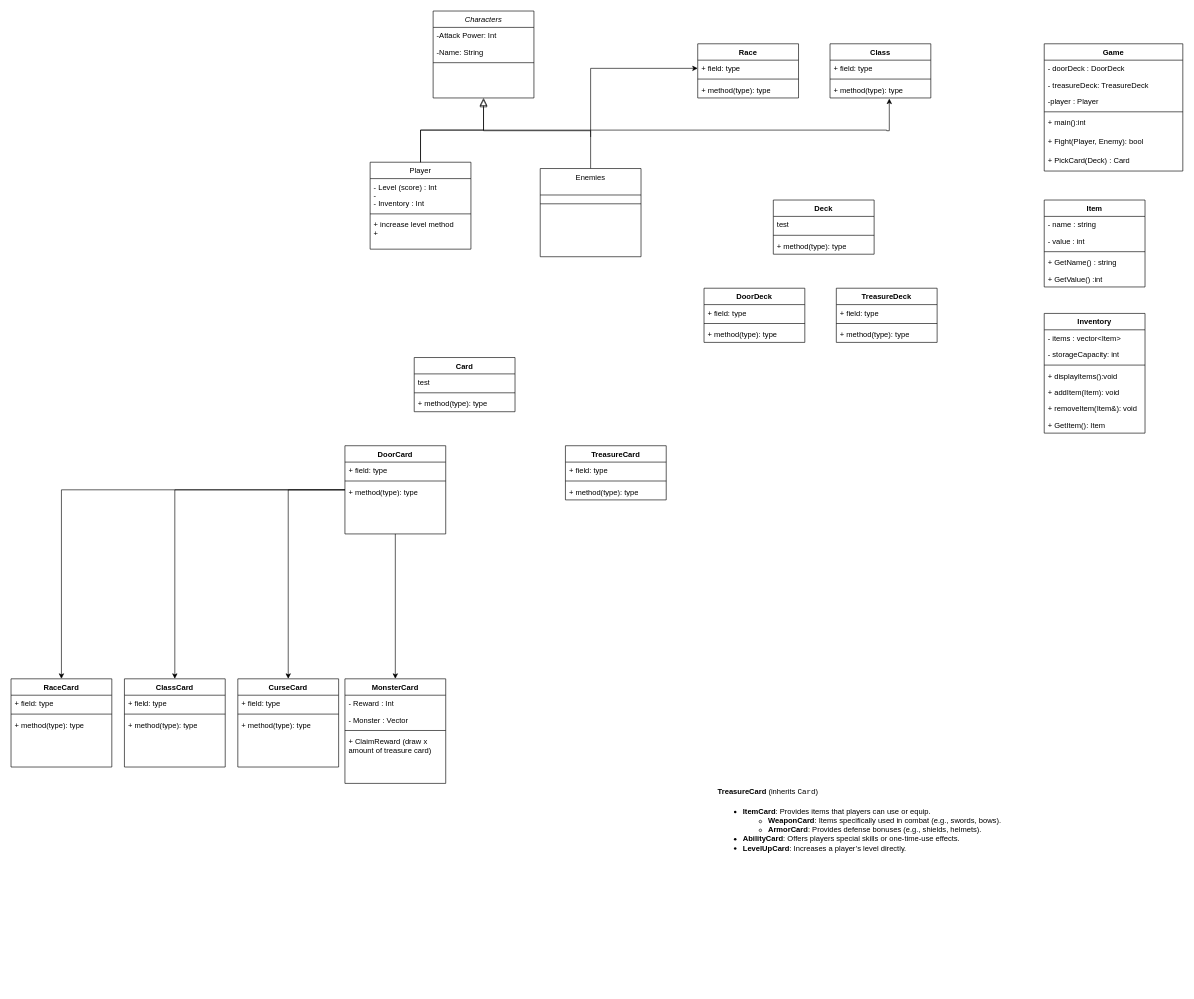
Earlier version of the draw.io diagram Namnlöst diagram.drawio (Rappich/SUVx24_Grupp3). Source tidied: cells renumbered, new cells numbered last; positions are measured from the earlier drawing's top-left corner, leaving out a move shared by most shapes. Both pictures are drawn from the tidied source at 63%, with x=0, y=0 at pixel (11, 11).
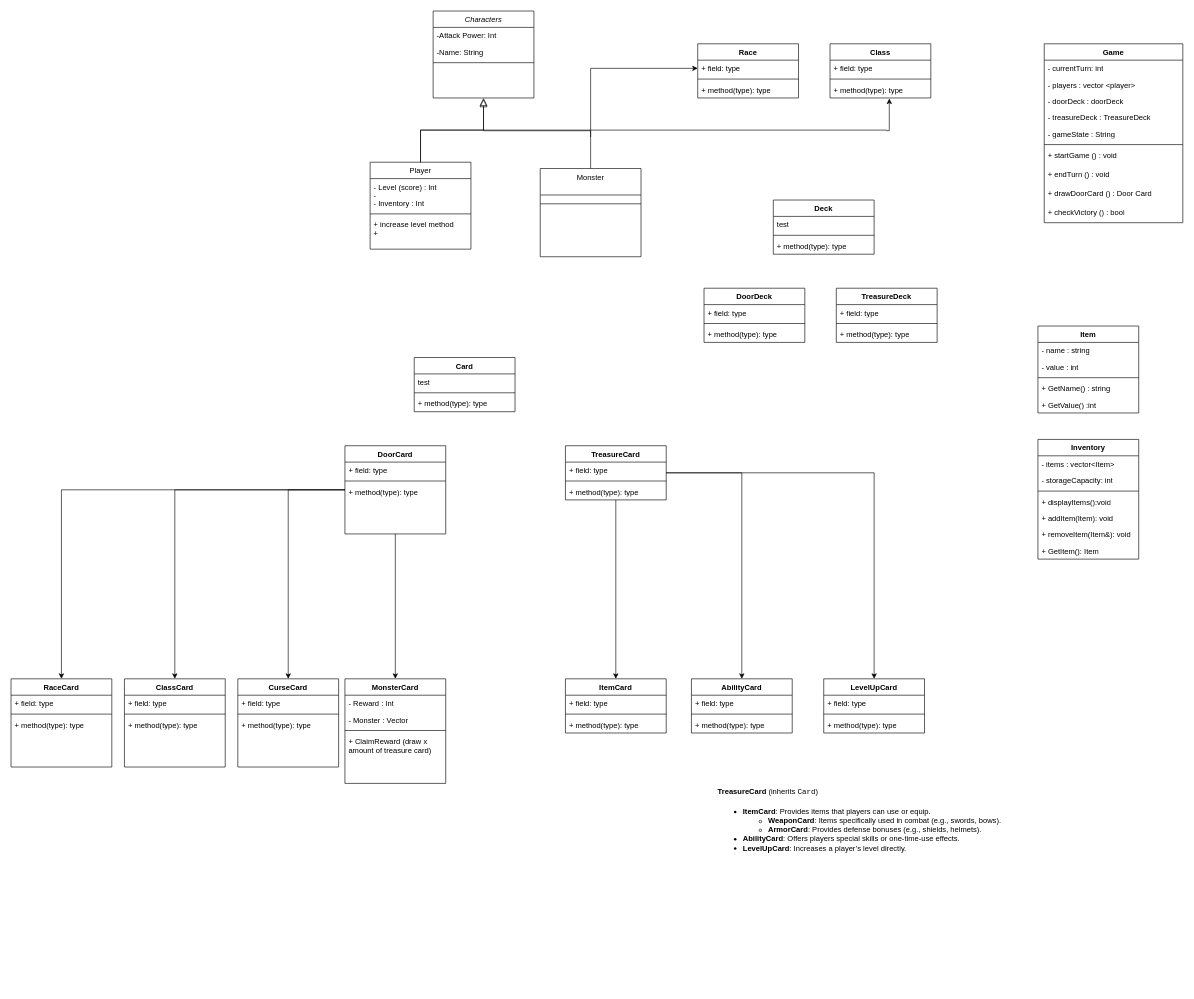
The same diagram, later.

The change refers to these unchanged cells:
```xml
<mxCell id="57" value="TreasureCard" style="swimlane;fontStyle=1;align=center;verticalAlign=top;horizontal=1;startSize=26;whiteSpace=wrap;html=1;" parent="1" vertex="1">
  <mxGeometry x="880" y="690" width="160" height="86" as="geometry" />
</mxCell>
```

Diff of the diagram source:
```diff
@@
-    <mxCell id="13" value="Enemies" style="swimlane;fontStyle=0;align=center;verticalAlign=top;horizontal=1;startSize=42;rounded=0;shadow=0;strokeWidth=1;" parent="1" vertex="1">
+    <mxCell id="13" value="Monster" style="swimlane;fontStyle=0;align=center;verticalAlign=top;horizontal=1;startSize=42;rounded=0;shadow=0;strokeWidth=1;" parent="1" vertex="1">
       <mxGeometry x="840" y="250" width="160" height="140" as="geometry" />
     </mxCell>
@@
     <mxCell id="37" value="Game" style="swimlane;fontStyle=1;align=center;verticalAlign=top;horizontal=1;startSize=26;whiteSpace=wrap;html=1;" parent="1" vertex="1">
-      <mxGeometry x="1640" y="52" width="220" height="202" as="geometry" />
+      <mxGeometry x="1640" y="52" width="220" height="284" as="geometry" />
     </mxCell>
-    <mxCell id="38" value="- doorDeck : DoorDeck" style="text;strokeColor=none;fillColor=none;align=left;verticalAlign=top;spacingLeft=4;spacingRight=4;overflow=hidden;whiteSpace=wrap;html=1;" parent="37" vertex="1">
+    <mxCell id="38" value="- currentTurn: int" style="text;strokeColor=none;fillColor=none;align=left;verticalAlign=top;spacingLeft=4;spacingRight=4;overflow=hidden;whiteSpace=wrap;html=1;" parent="37" vertex="1">
       <mxGeometry y="26" width="220" height="26" as="geometry" />
     </mxCell>
+    <mxCell id="93" value="- players : vector &amp;lt;player&amp;gt;" style="text;strokeColor=none;fillColor=none;align=left;verticalAlign=top;spacingLeft=4;spacingRight=4;overflow=hidden;whiteSpace=wrap;html=1;" parent="37" vertex="1">
+      <mxGeometry y="52" width="220" height="26" as="geometry" />
+    </mxCell>
-    <mxCell id="39" value="- treasureDeck: TreasureDeck" style="text;strokeColor=none;fillColor=none;align=left;verticalAlign=top;spacingLeft=4;spacingRight=4;overflow=hidden;whiteSpace=wrap;html=1;" parent="37" vertex="1">
-      <mxGeometry y="52" width="220" height="26" as="geometry" />
+    <mxCell id="39" value="- doorDeck : doorDeck" style="text;strokeColor=none;fillColor=none;align=left;verticalAlign=top;spacingLeft=4;spacingRight=4;overflow=hidden;whiteSpace=wrap;html=1;" parent="37" vertex="1">
+      <mxGeometry y="78" width="220" height="26" as="geometry" />
     </mxCell>
-    <mxCell id="40" value="-player : Player" style="text;strokeColor=none;fillColor=none;align=left;verticalAlign=top;spacingLeft=4;spacingRight=4;overflow=hidden;whiteSpace=wrap;html=1;" parent="37" vertex="1">
-      <mxGeometry y="78" width="220" height="26" as="geometry" />
+    <mxCell id="40" value="- treasureDeck : TreasureDeck" style="text;strokeColor=none;fillColor=none;align=left;verticalAlign=top;spacingLeft=4;spacingRight=4;overflow=hidden;whiteSpace=wrap;html=1;" parent="37" vertex="1">
+      <mxGeometry y="104" width="220" height="26" as="geometry" />
     </mxCell>
+    <mxCell id="94" value="- gameState : String" style="text;strokeColor=none;fillColor=none;align=left;verticalAlign=top;spacingLeft=4;spacingRight=4;overflow=hidden;whiteSpace=wrap;html=1;" parent="37" vertex="1">
+      <mxGeometry y="130" width="220" height="26" as="geometry" />
+    </mxCell>
     <mxCell id="41" style="line;strokeWidth=1;fillColor=none;align=left;verticalAlign=middle;spacingTop=-1;spacingLeft=3;spacingRight=3;labelPosition=right;strokeColor=inherit;" parent="37" vertex="1">
-      <mxGeometry y="104" width="220" height="8" as="geometry" />
+      <mxGeometry y="156" width="220" height="8" as="geometry" />
     </mxCell>
-    <mxCell id="42" value="&lt;div&gt;+ main():int&lt;/div&gt;&lt;div&gt;&lt;br&gt;&lt;/div&gt;" style="text;strokeColor=none;fillColor=none;align=left;verticalAlign=top;spacingLeft=4;spacingRight=4;overflow=hidden;whiteSpace=wrap;html=1;" parent="37" vertex="1">
-      <mxGeometry y="112" width="220" height="30" as="geometry" />
+    <mxCell id="42" value="&lt;div&gt;+ startGame () : void&lt;/div&gt;" style="text;strokeColor=none;fillColor=none;align=left;verticalAlign=top;spacingLeft=4;spacingRight=4;overflow=hidden;whiteSpace=wrap;html=1;" parent="37" vertex="1">
+      <mxGeometry y="164" width="220" height="30" as="geometry" />
     </mxCell>
-    <mxCell id="43" value="+ Fight(Player, Enemy): bool" style="text;strokeColor=none;fillColor=none;align=left;verticalAlign=top;spacingLeft=4;spacingRight=4;overflow=hidden;whiteSpace=wrap;html=1;" parent="37" vertex="1">
-      <mxGeometry y="142" width="220" height="30" as="geometry" />
+    <mxCell id="43" value="+ endTurn () : void" style="text;strokeColor=none;fillColor=none;align=left;verticalAlign=top;spacingLeft=4;spacingRight=4;overflow=hidden;whiteSpace=wrap;html=1;" parent="37" vertex="1">
+      <mxGeometry y="194" width="220" height="30" as="geometry" />
     </mxCell>
-    <mxCell id="44" value="+ PickCard(Deck) : Card" style="text;strokeColor=none;fillColor=none;align=left;verticalAlign=top;spacingLeft=4;spacingRight=4;overflow=hidden;whiteSpace=wrap;html=1;" parent="37" vertex="1">
-      <mxGeometry y="172" width="220" height="30" as="geometry" />
+    <mxCell id="44" value="+ drawDoorCard () : Door Card" style="text;strokeColor=none;fillColor=none;align=left;verticalAlign=top;spacingLeft=4;spacingRight=4;overflow=hidden;whiteSpace=wrap;html=1;" parent="37" vertex="1">
+      <mxGeometry y="224" width="220" height="30" as="geometry" />
     </mxCell>
+    <mxCell id="95" value="+ checkVictory () : bool" style="text;strokeColor=none;fillColor=none;align=left;verticalAlign=top;spacingLeft=4;spacingRight=4;overflow=hidden;whiteSpace=wrap;html=1;" parent="37" vertex="1">
+      <mxGeometry y="254" width="220" height="30" as="geometry" />
+    </mxCell>
@@
+    <mxCell id="96" style="edgeStyle=orthogonalEdgeStyle;rounded=0;jettySize=auto;html=1;" parent="1" edge="1" source="57" target="99">
+      <mxGeometry relative="1" as="geometry" />
+    </mxCell>
+    <mxCell id="97" style="edgeStyle=orthogonalEdgeStyle;rounded=0;jettySize=auto;html=1;" parent="1" edge="1" source="57" target="103">
+      <mxGeometry relative="1" as="geometry" />
+    </mxCell>
+    <mxCell id="98" style="edgeStyle=orthogonalEdgeStyle;rounded=0;jettySize=auto;html=1;" parent="1" edge="1" source="57" target="107">
+      <mxGeometry relative="1" as="geometry" />
+    </mxCell>
@@
     <mxCell id="62" value="Item" style="swimlane;fontStyle=1;align=center;verticalAlign=top;horizontal=1;startSize=26;whiteSpace=wrap;html=1;" parent="1" vertex="1">
-      <mxGeometry x="1640" y="300" width="160" height="138" as="geometry" />
+      <mxGeometry x="1630" y="500" width="160" height="138" as="geometry" />
     </mxCell>
@@
     <mxCell id="68" value="Inventory" style="swimlane;fontStyle=1;align=center;verticalAlign=top;horizontal=1;startSize=26;whiteSpace=wrap;html=1;" parent="1" vertex="1">
-      <mxGeometry x="1640" y="480" width="160" height="190" as="geometry" />
+      <mxGeometry x="1630" y="680" width="160" height="190" as="geometry" />
     </mxCell>
@@
+    <mxCell id="99" value="ItemCard" style="swimlane;fontStyle=1;align=center;verticalAlign=top;horizontal=1;startSize=26;whiteSpace=wrap;html=1;" parent="1" vertex="1">
+      <mxGeometry x="880" y="1060" width="160" height="86" as="geometry" />
+    </mxCell>
+    <mxCell id="100" value="+ field: type" style="text;strokeColor=none;fillColor=none;align=left;verticalAlign=top;spacingLeft=4;spacingRight=4;overflow=hidden;whiteSpace=wrap;html=1;" parent="99" vertex="1">
+      <mxGeometry y="26" width="160" height="26" as="geometry" />
+    </mxCell>
+    <mxCell id="101" style="line;strokeWidth=1;fillColor=none;align=left;verticalAlign=middle;spacingTop=-1;spacingLeft=3;spacingRight=3;labelPosition=right;strokeColor=inherit;" parent="99" vertex="1">
+      <mxGeometry y="52" width="160" height="8" as="geometry" />
+    </mxCell>
+    <mxCell id="102" value="+ method(type): type" style="text;strokeColor=none;fillColor=none;align=left;verticalAlign=top;spacingLeft=4;spacingRight=4;overflow=hidden;whiteSpace=wrap;html=1;" parent="99" vertex="1">
+      <mxGeometry y="60" width="160" height="26" as="geometry" />
+    </mxCell>
+    <mxCell id="103" value="AbilityCard" style="swimlane;fontStyle=1;align=center;verticalAlign=top;horizontal=1;startSize=26;whiteSpace=wrap;html=1;" parent="1" vertex="1">
+      <mxGeometry x="1080" y="1060" width="160" height="86" as="geometry" />
+    </mxCell>
+    <mxCell id="104" value="+ field: type" style="text;strokeColor=none;fillColor=none;align=left;verticalAlign=top;spacingLeft=4;spacingRight=4;overflow=hidden;whiteSpace=wrap;html=1;" parent="103" vertex="1">
+      <mxGeometry y="26" width="160" height="26" as="geometry" />
+    </mxCell>
+    <mxCell id="105" style="line;strokeWidth=1;fillColor=none;align=left;verticalAlign=middle;spacingTop=-1;spacingLeft=3;spacingRight=3;labelPosition=right;strokeColor=inherit;" parent="103" vertex="1">
+      <mxGeometry y="52" width="160" height="8" as="geometry" />
+    </mxCell>
+    <mxCell id="106" value="+ method(type): type" style="text;strokeColor=none;fillColor=none;align=left;verticalAlign=top;spacingLeft=4;spacingRight=4;overflow=hidden;whiteSpace=wrap;html=1;" parent="103" vertex="1">
+      <mxGeometry y="60" width="160" height="26" as="geometry" />
+    </mxCell>
+    <mxCell id="107" value="LevelUpCard" style="swimlane;fontStyle=1;align=center;verticalAlign=top;horizontal=1;startSize=26;whiteSpace=wrap;html=1;" parent="1" vertex="1">
+      <mxGeometry x="1290" y="1060" width="160" height="86" as="geometry" />
+    </mxCell>
+    <mxCell id="108" value="+ field: type" style="text;strokeColor=none;fillColor=none;align=left;verticalAlign=top;spacingLeft=4;spacingRight=4;overflow=hidden;whiteSpace=wrap;html=1;" parent="107" vertex="1">
+      <mxGeometry y="26" width="160" height="26" as="geometry" />
+    </mxCell>
+    <mxCell id="109" style="line;strokeWidth=1;fillColor=none;align=left;verticalAlign=middle;spacingTop=-1;spacingLeft=3;spacingRight=3;labelPosition=right;strokeColor=inherit;" parent="107" vertex="1">
+      <mxGeometry y="52" width="160" height="8" as="geometry" />
+    </mxCell>
+    <mxCell id="110" value="+ method(type): type" style="text;strokeColor=none;fillColor=none;align=left;verticalAlign=top;spacingLeft=4;spacingRight=4;overflow=hidden;whiteSpace=wrap;html=1;" parent="107" vertex="1">
+      <mxGeometry y="60" width="160" height="26" as="geometry" />
+    </mxCell>
```
